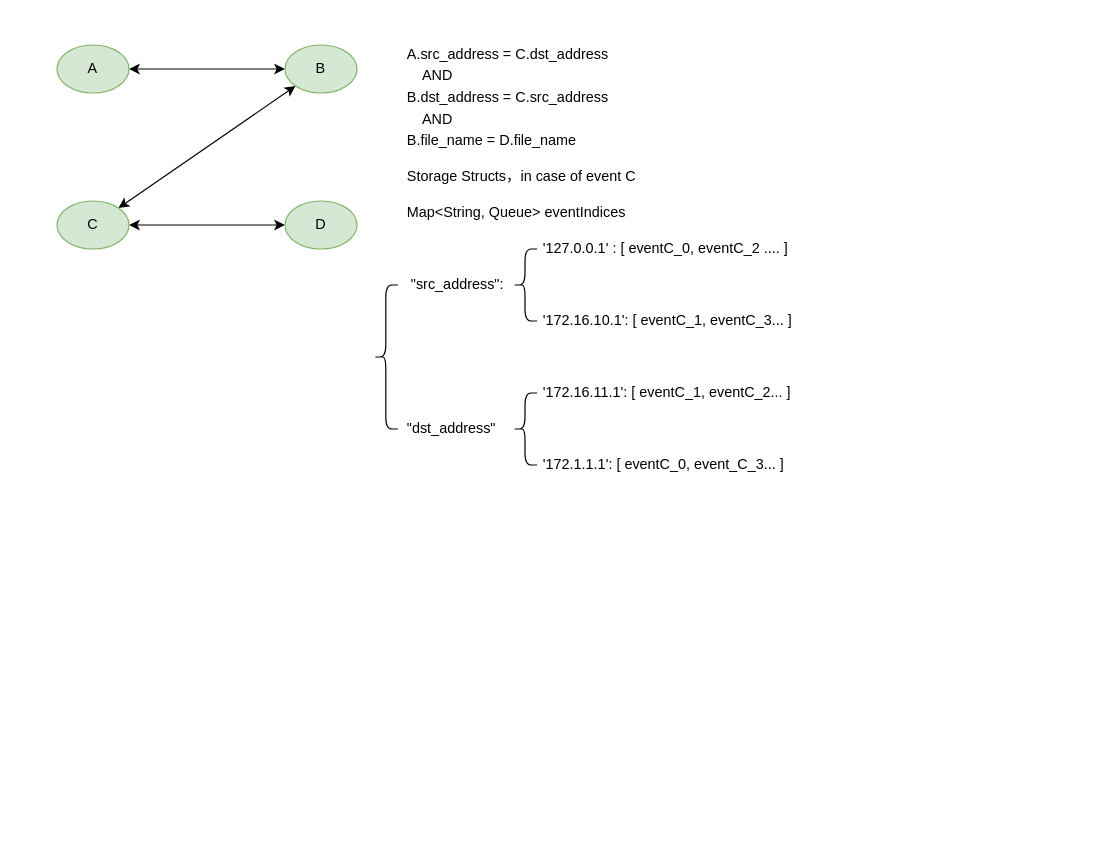
popvlovs/popvlovs-repository keeps this draw.io diagram as customize_cep_permute.drawio. Above is the earlier version. Source tidied: cells renumbered, new cells numbered last; positions are measured from the earlier drawing's top-left corner, leaving out a move shared by most shapes. Both pictures are drawn from the tidied source at 120%, with x=0, y=0 at pixel (56, 20).
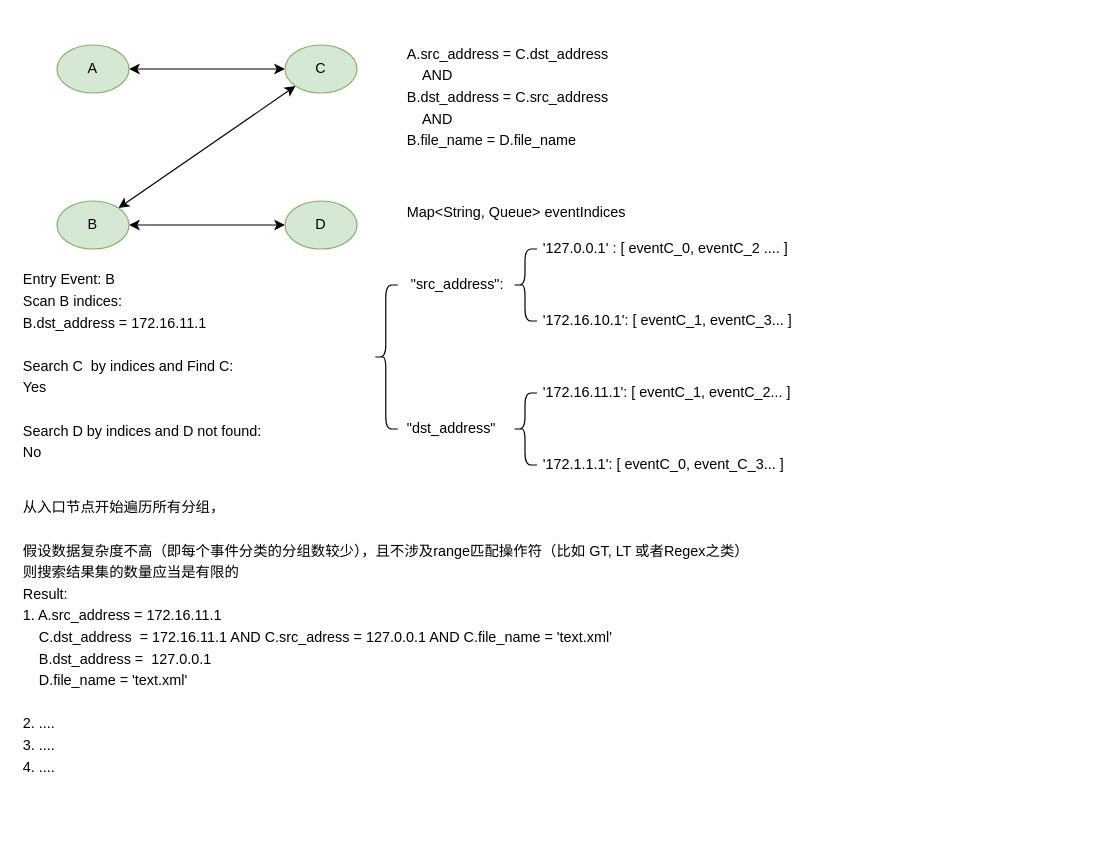
The same diagram, later.

What changed in the source:
```diff
@@
 <mxGraphModel>
   <root>
     <mxCell id="0" />
     <mxCell id="1" parent="0" />
     <mxCell id="2" style="edgeStyle=orthogonalEdgeStyle;rounded=0;jettySize=auto;html=1;exitX=1;exitY=0.5;exitDx=0;exitDy=0;startArrow=classic;startFill=1;" parent="1" edge="1" source="3" target="5">
       <mxGeometry relative="1" as="geometry" />
     </mxCell>
     <mxCell id="3" value="A" style="ellipse;whiteSpace=wrap;html=1;fillColor=#d5e8d4;strokeColor=#82b366;" parent="1" vertex="1">
       <mxGeometry y="20" width="60" height="40" as="geometry" />
     </mxCell>
     <mxCell id="4" style="rounded=0;jettySize=auto;html=1;exitX=0;exitY=1;exitDx=0;exitDy=0;entryX=1;entryY=0;entryDx=0;entryDy=0;startArrow=classic;startFill=1;" parent="1" edge="1" source="5" target="7">
       <mxGeometry relative="1" as="geometry" />
     </mxCell>
-    <mxCell id="5" value="B" style="ellipse;whiteSpace=wrap;html=1;fillColor=#d5e8d4;strokeColor=#82b366;" parent="1" vertex="1">
+    <mxCell id="5" value="C" style="ellipse;whiteSpace=wrap;html=1;fillColor=#d5e8d4;strokeColor=#82b366;" parent="1" vertex="1">
       <mxGeometry x="190" y="20" width="60" height="40" as="geometry" />
     </mxCell>
     <mxCell id="6" style="edgeStyle=none;rounded=0;jettySize=auto;html=1;exitX=1;exitY=0.5;exitDx=0;exitDy=0;startArrow=classic;startFill=1;" parent="1" edge="1" source="7" target="8">
       <mxGeometry relative="1" as="geometry" />
     </mxCell>
-    <mxCell id="7" value="C" style="ellipse;whiteSpace=wrap;html=1;fillColor=#d5e8d4;strokeColor=#82b366;" parent="1" vertex="1">
+    <mxCell id="7" value="B" style="ellipse;whiteSpace=wrap;html=1;fillColor=#d5e8d4;strokeColor=#82b366;" parent="1" vertex="1">
       <mxGeometry y="150" width="60" height="40" as="geometry" />
     </mxCell>
     <mxCell id="8" value="D" style="ellipse;whiteSpace=wrap;html=1;fillColor=#d5e8d4;strokeColor=#82b366;" parent="1" vertex="1">
       <mxGeometry x="190" y="150" width="60" height="40" as="geometry" />
     </mxCell>
-    <mxCell id="9" value="&lt;p style=&quot;line-height: 150%&quot;&gt;A.src_address = C.dst_address &lt;br&gt;&amp;nbsp; &amp;nbsp; AND &lt;br&gt;B.dst_address = C.src_address&lt;br&gt;&amp;nbsp; &amp;nbsp; AND&lt;br&gt;B.file_name = D.file_name&lt;/p&gt;&lt;p style=&quot;line-height: 150%&quot;&gt;Storage Structs，in case of event C&lt;/p&gt;&lt;p style=&quot;line-height: 150%&quot;&gt;Map&amp;lt;String, Queue&amp;gt; eventIndices&amp;nbsp;&amp;nbsp;&lt;/p&gt;&lt;p style=&quot;line-height: 150%&quot;&gt;&amp;nbsp; &amp;nbsp; &amp;nbsp; &amp;nbsp; &amp;nbsp; &amp;nbsp; &amp;nbsp; &amp;nbsp; &amp;nbsp; &amp;nbsp; &amp;nbsp; &amp;nbsp; &amp;nbsp; &amp;nbsp; &amp;nbsp; &amp;nbsp; &amp;nbsp; '127.0.0.1' : [ eventC_0, eventC_2 .... ]&lt;/p&gt;&lt;p style=&quot;line-height: 150%&quot;&gt;&amp;nbsp;&quot;src_address&quot;:&amp;nbsp;&lt;/p&gt;&lt;p style=&quot;line-height: 150%&quot;&gt;&amp;nbsp; &amp;nbsp; &amp;nbsp; &amp;nbsp; &amp;nbsp; &amp;nbsp; &amp;nbsp; &amp;nbsp; &amp;nbsp; &amp;nbsp; &amp;nbsp; &amp;nbsp; &amp;nbsp; &amp;nbsp; &amp;nbsp; &amp;nbsp; &amp;nbsp; '172.16.10.1': [ eventC_1, eventC_3... ]&lt;/p&gt;&lt;p style=&quot;line-height: 150%&quot;&gt;&lt;br&gt;&lt;/p&gt;&lt;p style=&quot;line-height: 150%&quot;&gt;&amp;nbsp; &amp;nbsp; &amp;nbsp; &amp;nbsp; &amp;nbsp; &amp;nbsp; &amp;nbsp; &amp;nbsp; &amp;nbsp; &amp;nbsp; &amp;nbsp; &amp;nbsp; &amp;nbsp; &amp;nbsp; &amp;nbsp; &amp;nbsp; &amp;nbsp; '172.16.11.1': [ eventC_1, eventC_2... ]&lt;/p&gt;&lt;p style=&quot;line-height: 150%&quot;&gt;&quot;dst_address&quot;&lt;/p&gt;&lt;p style=&quot;line-height: 150%&quot;&gt;&amp;nbsp; &amp;nbsp; &amp;nbsp; &amp;nbsp; &amp;nbsp; &amp;nbsp; &amp;nbsp; &amp;nbsp; &amp;nbsp; &amp;nbsp; &amp;nbsp; &amp;nbsp; &amp;nbsp; &amp;nbsp; &amp;nbsp; &amp;nbsp; &amp;nbsp; '172.1.1.1': [ eventC_0, event_C_3... ]&lt;/p&gt;" style="text;html=1;" parent="1" vertex="1">
-      <mxGeometry x="290" width="560" height="440" as="geometry" />
+    <mxCell id="9" value="&lt;p style=&quot;line-height: 150%&quot;&gt;A.src_address = C.dst_address &lt;br&gt;&amp;nbsp; &amp;nbsp; AND &lt;br&gt;B.dst_address = C.src_address&lt;br&gt;&amp;nbsp; &amp;nbsp; AND&lt;br&gt;B.file_name = D.file_name&lt;/p&gt;&lt;p style=&quot;line-height: 150%&quot;&gt;&lt;br&gt;&lt;/p&gt;&lt;p style=&quot;line-height: 150%&quot;&gt;Map&amp;lt;String, Queue&amp;gt; eventIndices&amp;nbsp;&amp;nbsp;&lt;/p&gt;&lt;p style=&quot;line-height: 150%&quot;&gt;&amp;nbsp; &amp;nbsp; &amp;nbsp; &amp;nbsp; &amp;nbsp; &amp;nbsp; &amp;nbsp; &amp;nbsp; &amp;nbsp; &amp;nbsp; &amp;nbsp; &amp;nbsp; &amp;nbsp; &amp;nbsp; &amp;nbsp; &amp;nbsp; &amp;nbsp; '127.0.0.1' : [ eventC_0, eventC_2 .... ]&lt;/p&gt;&lt;p style=&quot;line-height: 150%&quot;&gt;&amp;nbsp;&quot;src_address&quot;:&amp;nbsp;&lt;/p&gt;&lt;p style=&quot;line-height: 150%&quot;&gt;&amp;nbsp; &amp;nbsp; &amp;nbsp; &amp;nbsp; &amp;nbsp; &amp;nbsp; &amp;nbsp; &amp;nbsp; &amp;nbsp; &amp;nbsp; &amp;nbsp; &amp;nbsp; &amp;nbsp; &amp;nbsp; &amp;nbsp; &amp;nbsp; &amp;nbsp; '172.16.10.1': [ eventC_1, eventC_3... ]&lt;/p&gt;&lt;p style=&quot;line-height: 150%&quot;&gt;&lt;br&gt;&lt;/p&gt;&lt;p style=&quot;line-height: 150%&quot;&gt;&amp;nbsp; &amp;nbsp; &amp;nbsp; &amp;nbsp; &amp;nbsp; &amp;nbsp; &amp;nbsp; &amp;nbsp; &amp;nbsp; &amp;nbsp; &amp;nbsp; &amp;nbsp; &amp;nbsp; &amp;nbsp; &amp;nbsp; &amp;nbsp; &amp;nbsp; '172.16.11.1': [ eventC_1, eventC_2... ]&lt;/p&gt;&lt;p style=&quot;line-height: 150%&quot;&gt;&quot;dst_address&quot;&lt;/p&gt;&lt;p style=&quot;line-height: 150%&quot;&gt;&amp;nbsp; &amp;nbsp; &amp;nbsp; &amp;nbsp; &amp;nbsp; &amp;nbsp; &amp;nbsp; &amp;nbsp; &amp;nbsp; &amp;nbsp; &amp;nbsp; &amp;nbsp; &amp;nbsp; &amp;nbsp; &amp;nbsp; &amp;nbsp; &amp;nbsp; '172.1.1.1': [ eventC_0, event_C_3... ]&lt;/p&gt;" style="text;html=1;" parent="1" vertex="1">
+      <mxGeometry x="290" width="560" height="390" as="geometry" />
     </mxCell>
     <mxCell id="10" style="shape=curlyBracket;whiteSpace=wrap;html=1;rounded=1;" parent="1" vertex="1">
       <mxGeometry x="264" y="220" width="20" height="120" as="geometry" />
     </mxCell>
     <mxCell id="11" style="shape=curlyBracket;whiteSpace=wrap;html=1;rounded=1;" parent="1" vertex="1">
       <mxGeometry x="380" y="190" width="20" height="60" as="geometry" />
     </mxCell>
     <mxCell id="12" style="shape=curlyBracket;whiteSpace=wrap;html=1;rounded=1;" parent="1" vertex="1">
       <mxGeometry x="380" y="310" width="20" height="60" as="geometry" />
     </mxCell>
+    <mxCell id="13" value="&lt;span style=&quot;white-space: nowrap ; line-height: 150%&quot;&gt;Entry Event: B&lt;br&gt;Scan B indices:&lt;br&gt;B.dst_address = 172.16.11.1&lt;br&gt;&lt;br&gt;Search C&amp;nbsp; by indices and Find C:&lt;br&gt;Yes&lt;br&gt;&lt;br&gt;Search D by indices and D not found:&lt;br&gt;No&lt;br&gt;&lt;/span&gt;" style="text;html=1;strokeColor=none;fillColor=none;align=left;verticalAlign=top;" parent="1" vertex="1">
+      <mxGeometry x="-30" y="200" width="270" height="180" as="geometry" />
+    </mxCell>
+    <mxCell id="14" value="&lt;span style=&quot;white-space: nowrap ; line-height: 150%&quot;&gt;从入口节点开始遍历所有分组，&lt;br&gt;&lt;br&gt;假设数据复杂度不高（即每个事件分类的分组数较少），且不涉及range匹配操作符（比如 GT, LT 或者Regex之类）&lt;br&gt;则搜索结果集的数量应当是有限的&lt;br&gt;Result:&lt;br&gt;1. A.src_address = 172.16.11.1&lt;br&gt;&amp;nbsp; &amp;nbsp; C.dst_address&amp;nbsp; = 172.16.11.1 AND C.src_adress = 127.0.0.1 AND C.file_name = 'text.xml'&lt;br&gt;&amp;nbsp; &amp;nbsp; B.dst_address =&amp;nbsp; 127.0.0.1&lt;br&gt;&amp;nbsp; &amp;nbsp; D.file_name = 'text.xml'&lt;br&gt;&lt;br&gt;2. ....&lt;br&gt;3. ....&lt;br&gt;4. ....&lt;br&gt;&lt;/span&gt;" style="text;html=1;strokeColor=none;fillColor=none;align=left;verticalAlign=top;" parent="1" vertex="1">
+      <mxGeometry x="-30" y="390" width="660" height="290" as="geometry" />
+    </mxCell>
   </root>
 </mxGraphModel>
```
